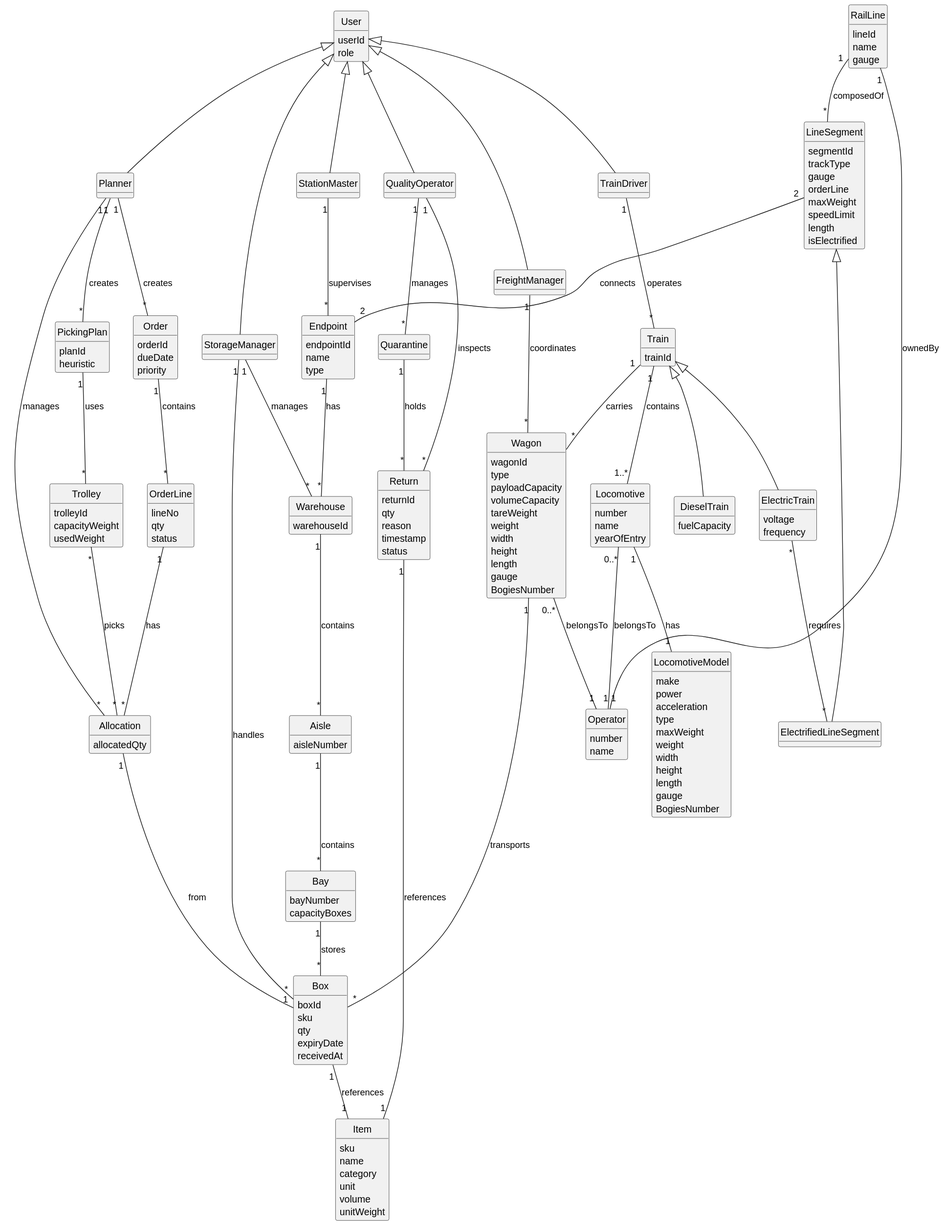
Above: docs/global-artifacts/domainModel.svg in brunodspinto/railway-logistics-platform (PlantUML), before the change.
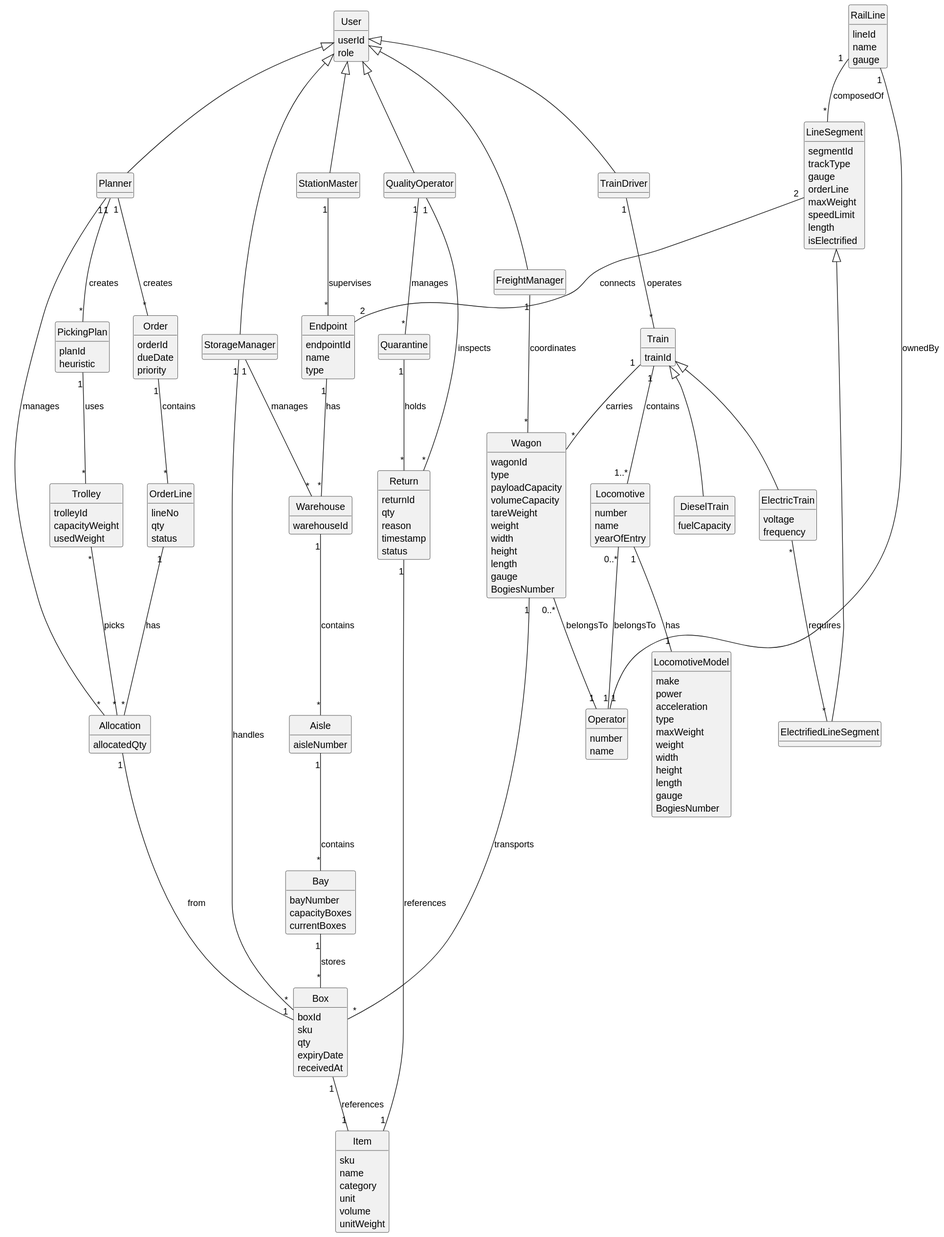
The same diagram one commit later.

Diff of the diagram source:
```diff
@@ -18,6 +18,7 @@
 class Bay {
     bayNumber
     capacityBoxes
+    currentBoxes
 }
 
 class Box {
```
